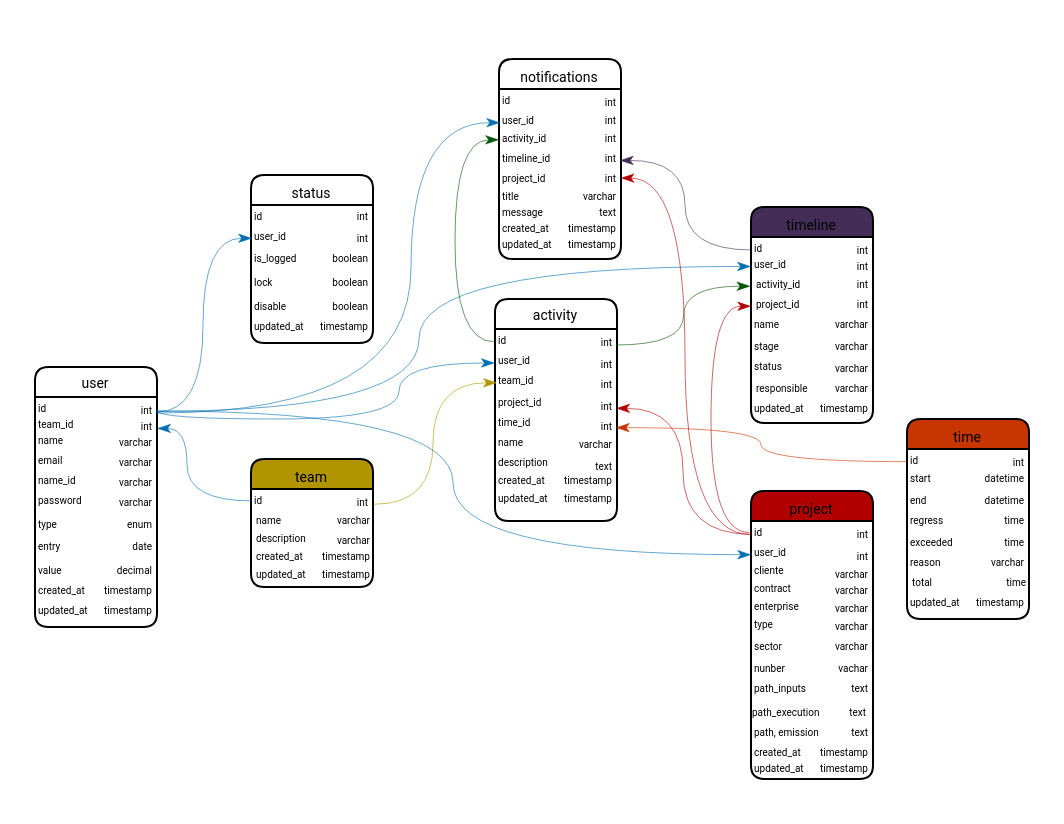
Before: Banco Kairos.drawio in Avflux/drawio, a draw.io diagram. Source tidied: cells renumbered, new cells numbered last; positions are measured from the earlier drawing's top-left corner, leaving out a move shared by most shapes. Both pictures are drawn from the tidied source at 200%, with x=0, y=0 at pixel (34, 58).
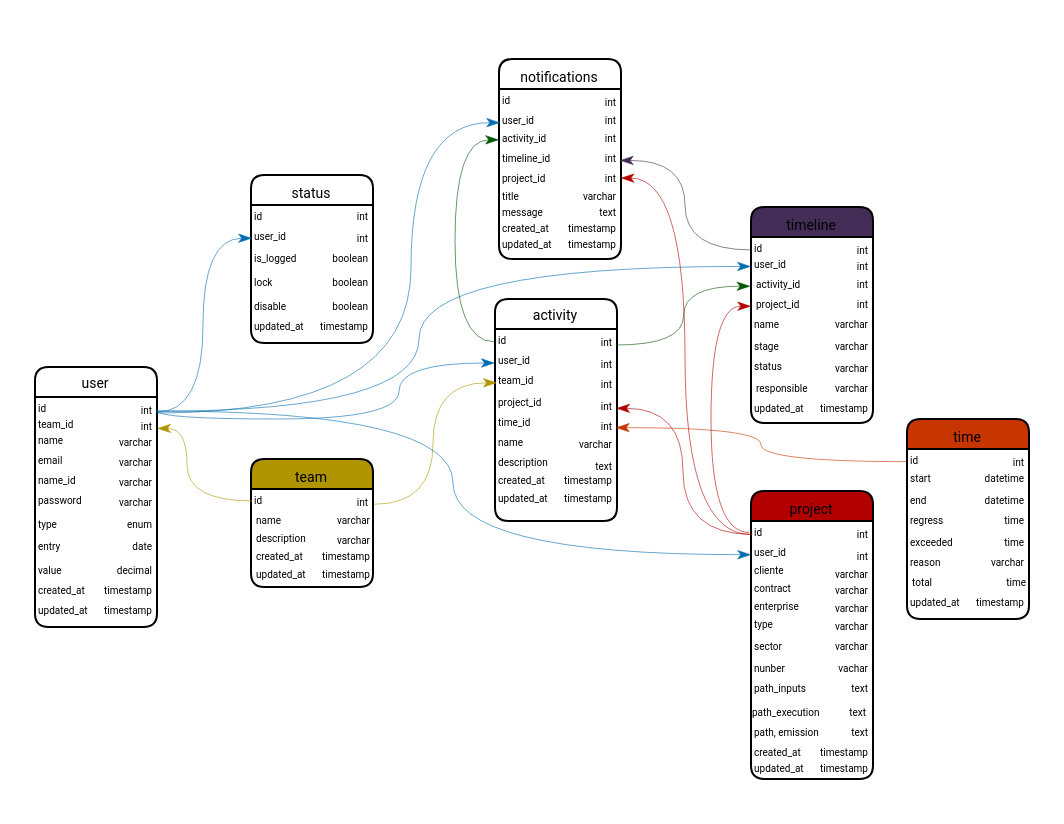
After the change.

The change refers to these unchanged cells:
```xml
<mxCell id="4" value="&lt;font face=&quot;Roboto&quot;&gt;&lt;span style=&quot;font-size: 5px;&quot;&gt;int&lt;/span&gt;&lt;/font&gt;" style="text;html=1;align=right;verticalAlign=middle;points=[];strokeColor=none;fillColor=none;fontFamily=Architects Daughter;" parent="2" vertex="1">
  <mxGeometry x="40" y="5" width="20" height="30" as="geometry" />
</mxCell>
<mxCell id="6" value="&lt;font face=&quot;Roboto&quot;&gt;&lt;span style=&quot;font-size: 5px;&quot;&gt;int&lt;/span&gt;&lt;/font&gt;" style="text;html=1;align=right;verticalAlign=middle;points=[];strokeColor=none;fillColor=none;fontFamily=Architects Daughter;" parent="2" vertex="1">
  <mxGeometry x="39.5" y="13" width="20" height="30" as="geometry" />
</mxCell>
<mxCell id="26" value="&lt;font face=&quot;Roboto&quot; style=&quot;font-size: 5px;&quot;&gt;id&lt;/font&gt;" style="text;html=1;align=left;verticalAlign=middle;points=[];strokeColor=none;fillColor=none;fontFamily=Architects Daughter;" parent="25" vertex="1">
  <mxGeometry y="5" width="20" height="30" as="geometry" />
</mxCell>
<mxCell id="60" value="&lt;font face=&quot;Roboto&quot; style=&quot;font-size: 5px;&quot;&gt;user_id&lt;/font&gt;" style="text;html=1;align=left;verticalAlign=middle;points=[];strokeColor=none;fillColor=none;fontFamily=Architects Daughter;" parent="58" vertex="1">
  <mxGeometry y="17" width="34" height="26" as="geometry" />
</mxCell>
<mxCell id="107" value="&lt;font face=&quot;Roboto&quot; style=&quot;font-size: 5px;&quot;&gt;user_id&lt;/font&gt;" style="text;html=1;align=left;verticalAlign=middle;points=[];strokeColor=none;fillColor=none;fontFamily=Architects Daughter;" parent="105" vertex="1">
  <mxGeometry y="15" width="33" height="26" as="geometry" />
</mxCell>
<mxCell id="129" value="&lt;font face=&quot;Roboto&quot; style=&quot;font-size: 5px;&quot;&gt;user_id&lt;/font&gt;" style="text;html=1;align=left;verticalAlign=middle;points=[];strokeColor=none;fillColor=none;fontFamily=Architects Daughter;" parent="127" vertex="1">
  <mxGeometry y="17" width="34" height="26" as="geometry" />
</mxCell>
<mxCell id="142" value="&lt;font face=&quot;Roboto&quot; style=&quot;font-size: 5px;&quot;&gt;user_id&lt;/font&gt;" style="text;html=1;align=left;verticalAlign=middle;points=[];strokeColor=none;fillColor=none;fontFamily=Architects Daughter;" parent="140" vertex="1">
  <mxGeometry y="17" width="34" height="26" as="geometry" />
</mxCell>
```

What changed in the source:
```diff
@@
-    <mxCell id="57" style="edgeStyle=orthogonalEdgeStyle;rounded=0;hachureGap=4;jettySize=auto;html=1;fontFamily=Architects Daughter;curved=1;endArrow=classicThin;endFill=1;strokeWidth=0.3;exitX=0.033;exitY=0.532;exitDx=0;exitDy=0;exitPerimeter=0;fillColor=#1ba1e2;strokeColor=#006EAF;entryX=1.082;entryY=0.59;entryDx=0;entryDy=0;entryPerimeter=0;" parent="1" edge="1" source="26" target="6">
+    <mxCell id="57" style="edgeStyle=orthogonalEdgeStyle;rounded=0;hachureGap=4;jettySize=auto;html=1;fontFamily=Architects Daughter;curved=1;endArrow=classicThin;endFill=1;strokeWidth=0.3;exitX=0.033;exitY=0.532;exitDx=0;exitDy=0;exitPerimeter=0;fillColor=#e3c800;strokeColor=light-dark(#B09500,#FFD700);entryX=1.082;entryY=0.59;entryDx=0;entryDy=0;entryPerimeter=0;" parent="1" edge="1" source="26" target="6">
       <mxGeometry relative="1" as="geometry">
         <Array as="points">
           <mxPoint x="76" y="221" />
           <mxPoint x="76" y="185" />
         </Array>
       </mxGeometry>
     </mxCell>
@@
-    <mxCell id="85" style="edgeStyle=orthogonalEdgeStyle;rounded=0;hachureGap=4;jettySize=auto;html=1;fontFamily=Architects Daughter;curved=1;endArrow=classicThin;endFill=1;strokeWidth=0.3;entryX=0;entryY=0.571;entryDx=0;entryDy=0;entryPerimeter=0;exitX=1.036;exitY=0.566;exitDx=0;exitDy=0;exitPerimeter=0;fillColor=#1ba1e2;strokeColor=#006EAF;" parent="1" edge="1" source="4" target="60">
+    <mxCell id="85" style="edgeStyle=orthogonalEdgeStyle;rounded=0;hachureGap=4;jettySize=auto;html=1;fontFamily=Architects Daughter;curved=1;endArrow=classicThin;endFill=1;strokeWidth=0.3;entryX=0;entryY=0.571;entryDx=0;entryDy=0;entryPerimeter=0;exitX=1.036;exitY=0.566;exitDx=0;exitDy=0;exitPerimeter=0;fillColor=#1ba1e2;strokeColor=light-dark(#006EAF,#050FFF);" parent="1" edge="1" source="4" target="60">
       <mxGeometry relative="1" as="geometry" />
     </mxCell>
@@
-    <mxCell id="126" style="edgeStyle=orthogonalEdgeStyle;rounded=0;hachureGap=4;jettySize=auto;html=1;fontFamily=Architects Daughter;curved=1;endArrow=classicThin;endFill=1;strokeWidth=0.3;exitX=1.044;exitY=0.571;exitDx=0;exitDy=0;exitPerimeter=0;fillColor=#1ba1e2;strokeColor=#006EAF;entryX=-0.003;entryY=0.566;entryDx=0;entryDy=0;entryPerimeter=0;" parent="1" edge="1" source="4" target="107">
+    <mxCell id="126" style="edgeStyle=orthogonalEdgeStyle;rounded=0;hachureGap=4;jettySize=auto;html=1;fontFamily=Architects Daughter;curved=1;endArrow=classicThin;endFill=1;strokeWidth=0.3;exitX=1.044;exitY=0.571;exitDx=0;exitDy=0;exitPerimeter=0;fillColor=#1ba1e2;strokeColor=light-dark(#006EAF,#050FFF);entryX=-0.003;entryY=0.566;entryDx=0;entryDy=0;entryPerimeter=0;" parent="1" edge="1" source="4" target="107">
       <mxGeometry relative="1" as="geometry">
         <Array as="points">
           <mxPoint x="192" y="176" />
           <mxPoint x="192" y="104" />
         </Array>
       </mxGeometry>
     </mxCell>
@@
-    <mxCell id="161" style="edgeStyle=orthogonalEdgeStyle;rounded=0;hachureGap=4;jettySize=auto;html=1;fontFamily=Architects Daughter;curved=1;endArrow=classicThin;endFill=1;strokeWidth=0.3;exitX=1.06;exitY=0.6;exitDx=0;exitDy=0;exitPerimeter=0;fillColor=#1ba1e2;strokeColor=#006EAF;entryX=0.015;entryY=0.57;entryDx=0;entryDy=0;entryPerimeter=0;" parent="1" edge="1" source="4" target="142">
+    <mxCell id="161" style="edgeStyle=orthogonalEdgeStyle;rounded=0;hachureGap=4;jettySize=auto;html=1;fontFamily=Architects Daughter;curved=1;endArrow=classicThin;endFill=1;strokeWidth=0.3;exitX=1.06;exitY=0.6;exitDx=0;exitDy=0;exitPerimeter=0;fillColor=#1ba1e2;strokeColor=light-dark(#006EAF,#050FFF);entryX=0.015;entryY=0.57;entryDx=0;entryDy=0;entryPerimeter=0;" parent="1" edge="1" source="4" target="142">
       <mxGeometry relative="1" as="geometry">
         <Array as="points">
           <mxPoint x="188" y="177" />
           <mxPoint x="188" y="32" />
         </Array>
       </mxGeometry>
     </mxCell>
@@
-    <mxCell id="163" style="edgeStyle=orthogonalEdgeStyle;rounded=0;hachureGap=4;jettySize=auto;html=1;fontFamily=Architects Daughter;curved=1;endArrow=classicThin;endFill=1;strokeWidth=0.3;fillColor=#1ba1e2;strokeColor=#006EAF;exitX=1.035;exitY=0.586;exitDx=0;exitDy=0;exitPerimeter=0;entryX=0.013;entryY=0.562;entryDx=0;entryDy=0;entryPerimeter=0;" parent="1" edge="1" source="4" target="129">
+    <mxCell id="163" style="edgeStyle=orthogonalEdgeStyle;rounded=0;hachureGap=4;jettySize=auto;html=1;fontFamily=Architects Daughter;curved=1;endArrow=classicThin;endFill=1;strokeWidth=0.3;fillColor=#1ba1e2;strokeColor=light-dark(#006EAF,#050FFF);exitX=1.035;exitY=0.586;exitDx=0;exitDy=0;exitPerimeter=0;entryX=0.013;entryY=0.562;entryDx=0;entryDy=0;entryPerimeter=0;" parent="1" edge="1" source="4" target="129">
       <mxGeometry relative="1" as="geometry" />
     </mxCell>
```
